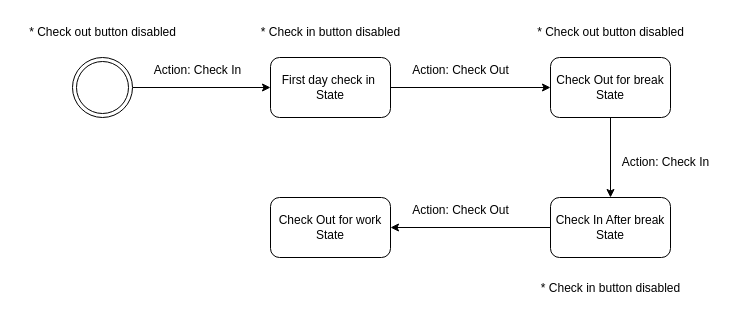
Earlier version of the draw.io diagram Diagram/SequenceDiagram/DailyAttendanceRecordsState.drawio (Calmen00-code/AttendanceTracker). Source tidied: cells renumbered, new cells numbered last; positions are measured from the earlier drawing's top-left corner, leaving out a move shared by most shapes. Both pictures are drawn from the tidied source at 100%, with x=0, y=0 at pixel (17, 17).
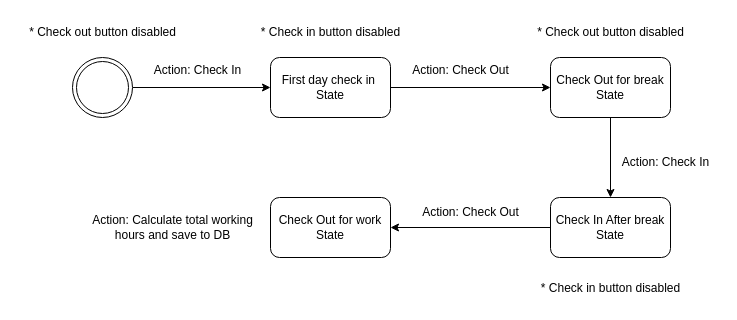
The same page after the edit.

The edit, as a diff of the source:
```diff
@@
 <mxGraphModel>
   <root>
     <mxCell id="0" />
     <mxCell id="1" parent="0" />
     <mxCell id="2" style="edgeStyle=orthogonalEdgeStyle;rounded=0;jettySize=auto;html=1;" parent="1" edge="1" source="3" target="5">
       <mxGeometry relative="1" as="geometry" />
     </mxCell>
     <mxCell id="3" value="First day check in&amp;nbsp;&lt;br&gt;State" style="rounded=1;whiteSpace=wrap;html=1;" parent="1" vertex="1">
       <mxGeometry x="253" y="40" width="120" height="60" as="geometry" />
     </mxCell>
     <mxCell id="4" style="edgeStyle=orthogonalEdgeStyle;rounded=0;jettySize=auto;html=1;" parent="1" edge="1" source="5" target="8">
       <mxGeometry relative="1" as="geometry" />
     </mxCell>
     <mxCell id="5" value="Check Out for break State" style="whiteSpace=wrap;html=1;rounded=1;" parent="1" vertex="1">
       <mxGeometry x="533" y="40" width="120" height="60" as="geometry" />
     </mxCell>
     <mxCell id="6" value="Action: Check Out" style="text;html=1;align=center;verticalAlign=middle;strokeColor=none;fillColor=none;" parent="1" vertex="1">
       <mxGeometry x="383" y="38" width="120" height="30" as="geometry" />
     </mxCell>
     <mxCell id="7" style="edgeStyle=orthogonalEdgeStyle;rounded=0;jettySize=auto;html=1;" parent="1" edge="1" source="8" target="9">
       <mxGeometry relative="1" as="geometry" />
     </mxCell>
     <mxCell id="8" value="Check In After break State" style="whiteSpace=wrap;html=1;rounded=1;" parent="1" vertex="1">
       <mxGeometry x="533" y="180" width="120" height="60" as="geometry" />
     </mxCell>
     <mxCell id="9" value="Check Out for work State" style="whiteSpace=wrap;html=1;rounded=1;" parent="1" vertex="1">
       <mxGeometry x="253" y="180" width="120" height="60" as="geometry" />
     </mxCell>
     <mxCell id="10" value="Action: Check In" style="text;html=1;align=center;verticalAlign=middle;strokeColor=none;fillColor=none;" parent="1" vertex="1">
       <mxGeometry x="593" y="130" width="110" height="30" as="geometry" />
     </mxCell>
     <mxCell id="11" value="* Check out button disabled" style="text;html=1;align=center;verticalAlign=middle;strokeColor=none;fillColor=none;" parent="1" vertex="1">
       <mxGeometry width="170" height="30" as="geometry" />
     </mxCell>
     <mxCell id="12" value="Action: Check Out" style="text;html=1;align=center;verticalAlign=middle;strokeColor=none;fillColor=none;" parent="1" vertex="1">
-      <mxGeometry x="383" y="178" width="120" height="30" as="geometry" />
+      <mxGeometry x="393" y="180" width="120" height="30" as="geometry" />
     </mxCell>
     <mxCell id="13" value="* Check in button disabled" style="text;html=1;align=center;verticalAlign=middle;strokeColor=none;fillColor=none;" parent="1" vertex="1">
       <mxGeometry x="233" width="160" height="30" as="geometry" />
     </mxCell>
     <mxCell id="14" style="edgeStyle=orthogonalEdgeStyle;rounded=0;jettySize=auto;html=1;" parent="1" edge="1" source="15" target="3">
       <mxGeometry relative="1" as="geometry" />
     </mxCell>
     <mxCell id="15" style="ellipse;shape=doubleEllipse;html=1;dashed=0;whiteSpace=wrap;" parent="1" vertex="1">
       <mxGeometry x="55" y="40" width="60" height="60" as="geometry" />
     </mxCell>
     <mxCell id="16" value="Action: Check In" style="text;html=1;align=center;verticalAlign=middle;strokeColor=none;fillColor=none;" parent="1" vertex="1">
       <mxGeometry x="125" y="38" width="110" height="30" as="geometry" />
     </mxCell>
     <mxCell id="17" value="* Check out button disabled" style="text;html=1;align=center;verticalAlign=middle;strokeColor=none;fillColor=none;" parent="1" vertex="1">
       <mxGeometry x="508" width="170" height="30" as="geometry" />
     </mxCell>
     <mxCell id="18" value="* Check in button disabled" style="text;html=1;align=center;verticalAlign=middle;strokeColor=none;fillColor=none;" parent="1" vertex="1">
       <mxGeometry x="513" y="256" width="160" height="30" as="geometry" />
     </mxCell>
+    <mxCell id="19" value="Action: Calculate total working &lt;br&gt;hours and save to DB" style="text;html=1;align=center;verticalAlign=middle;strokeColor=none;fillColor=none;" parent="1" vertex="1">
+      <mxGeometry x="65" y="190" width="180" height="40" as="geometry" />
+    </mxCell>
   </root>
 </mxGraphModel>
```
